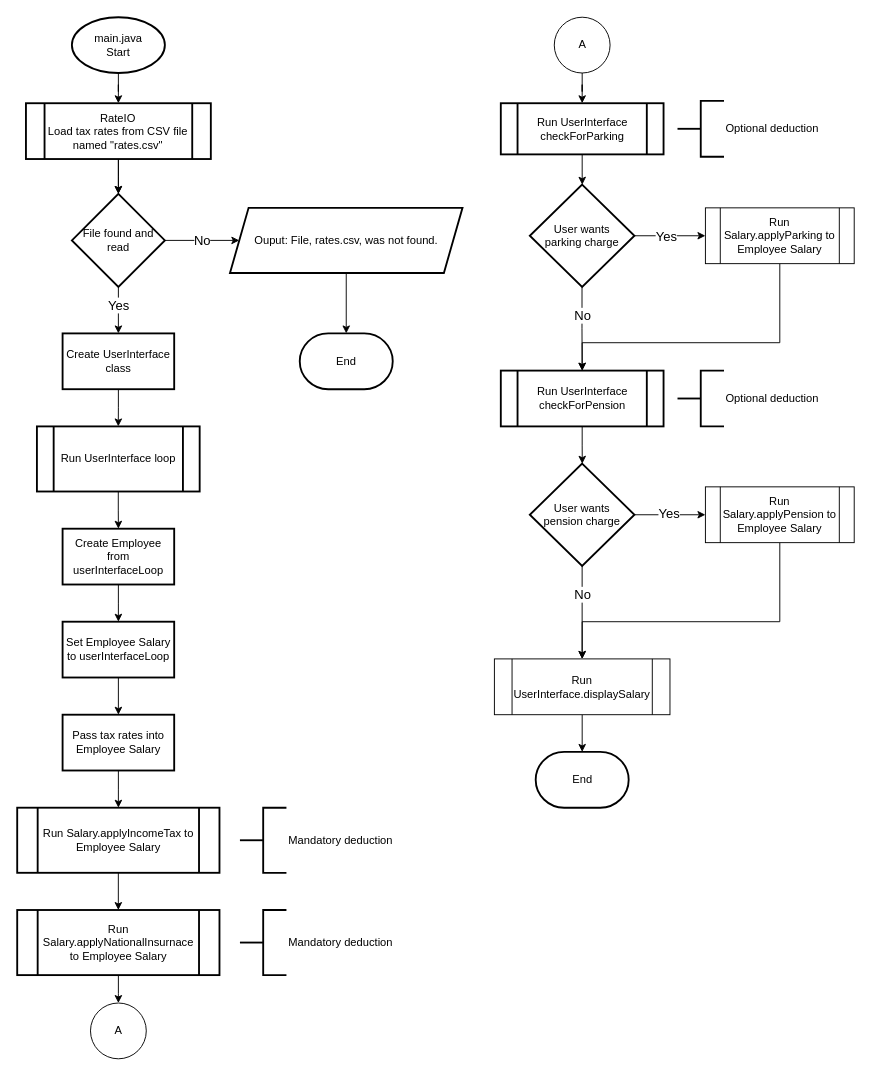
This is report/flowcharts/designs/main-coursework-2.drawio from Sherman5A/usw-pop-coursework-1-task-2, a draw.io file, before an edit. Source tidied: cells renumbered, new cells numbered last; positions are measured from the earlier drawing's top-left corner, leaving out a move shared by most shapes. Both pictures are drawn from the tidied source at 93%, with x=0, y=0 at pixel (17, 17).
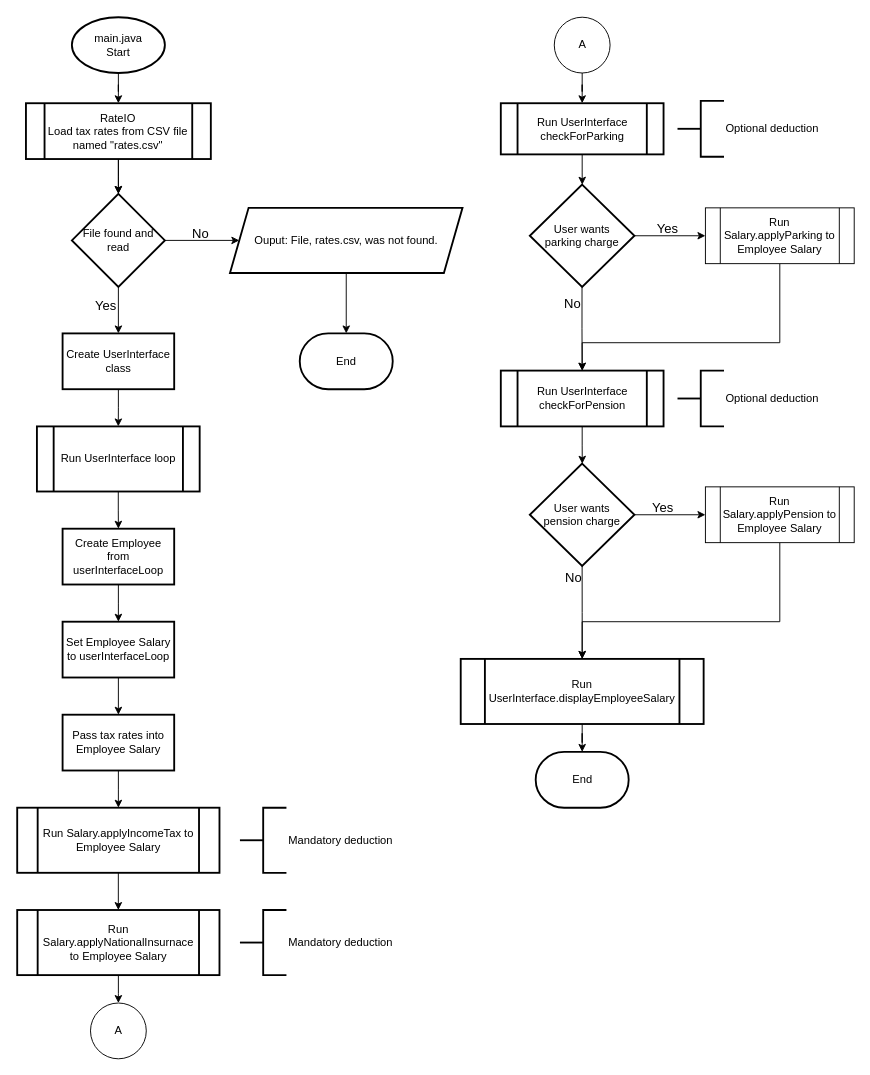
After the change.

Unchanged cells that the change refers to:
```xml
<mxCell id="4" style="edgeStyle=orthogonalEdgeStyle;rounded=0;jettySize=auto;html=1;" parent="1" edge="1" source="8" target="10">
  <mxGeometry relative="1" as="geometry" />
</mxCell>
<mxCell id="6" style="edgeStyle=orthogonalEdgeStyle;rounded=0;jettySize=auto;html=1;" parent="1" edge="1" source="8" target="13">
  <mxGeometry relative="1" as="geometry" />
</mxCell>
<mxCell id="29" style="edgeStyle=orthogonalEdgeStyle;rounded=0;jettySize=auto;html=1;exitX=0.499;exitY=1.003;exitDx=0;exitDy=0;exitPerimeter=0;" parent="1" edge="1" source="52" target="25">
  <mxGeometry relative="1" as="geometry" />
</mxCell>
<mxCell id="31" style="edgeStyle=orthogonalEdgeStyle;rounded=0;jettySize=auto;html=1;exitX=1;exitY=0.5;exitDx=0;exitDy=0;exitPerimeter=0;" parent="1" edge="1" source="52" target="34">
  <mxGeometry relative="1" as="geometry" />
</mxCell>
<mxCell id="46" value="Run Salary.applyPension to Employee Salary" style="shape=process;whiteSpace=wrap;html=1;backgroundOutline=1;" parent="1" vertex="1">
  <mxGeometry x="740" y="505" width="160" height="60" as="geometry" />
</mxCell>
<mxCell id="49" value="End" style="strokeWidth=2;html=1;shape=mxgraph.flowchart.terminator;whiteSpace=wrap;" parent="1" vertex="1">
  <mxGeometry x="557.5" y="790" width="100" height="60" as="geometry" />
</mxCell>
<mxCell id="53" value="User wants&lt;br&gt;&lt;div&gt;pension charge&lt;/div&gt;" style="strokeWidth=2;html=1;shape=mxgraph.flowchart.decision;whiteSpace=wrap;" parent="1" vertex="1">
  <mxGeometry x="551.2" y="480" width="112.5" height="110" as="geometry" />
</mxCell>
```

Diff of the diagram source:
```diff
@@
-    <mxCell id="5" value="&lt;div style=&quot;font-size: 12px;&quot;&gt;&lt;font style=&quot;font-size: 14px;&quot;&gt;No&lt;/font&gt;&lt;/div&gt;" style="edgeLabel;html=1;align=center;verticalAlign=middle;" parent="4" vertex="1">
-      <mxGeometry x="-0.01" y="1" relative="1" as="geometry" />
+    <mxCell id="5" value="&lt;div style=&quot;font-size: 14px;&quot;&gt;&lt;font style=&quot;font-size: 14px;&quot;&gt;No&lt;/font&gt;&lt;/div&gt;" style="edgeLabel;html=1;align=center;verticalAlign=middle;labelBackgroundColor=none;fontSize=14;" parent="4" vertex="1">
+      <mxGeometry x="-0.01" y="1" relative="1" as="geometry">
+        <mxPoint x="-2" y="-7" as="offset" />
+      </mxGeometry>
     </mxCell>
@@
-    <mxCell id="7" value="&lt;font style=&quot;font-size: 14px;&quot;&gt;Yes&lt;/font&gt;" style="edgeLabel;html=1;align=center;verticalAlign=middle;" parent="6" vertex="1">
+    <mxCell id="7" value="&lt;font style=&quot;font-size: 14px;&quot;&gt;Yes&lt;/font&gt;" style="edgeLabel;html=1;align=center;verticalAlign=middle;labelBackgroundColor=none;fontSize=14;" parent="6" vertex="1">
       <mxGeometry x="-0.26" y="-2" relative="1" as="geometry">
-        <mxPoint x="2" as="offset" />
+        <mxPoint x="-12" as="offset" />
       </mxGeometry>
     </mxCell>
@@
-    <mxCell id="30" value="&lt;font style=&quot;font-size: 14px;&quot;&gt;No&lt;/font&gt;" style="edgeLabel;html=1;align=center;verticalAlign=middle;" parent="29" vertex="1">
+    <mxCell id="30" value="&lt;font style=&quot;font-size: 14px;&quot;&gt;No&lt;/font&gt;" style="edgeLabel;html=1;align=center;verticalAlign=middle;labelBackgroundColor=none;" parent="29" vertex="1">
       <mxGeometry x="-0.34" y="-2" relative="1" as="geometry">
-        <mxPoint x="2" as="offset" />
+        <mxPoint x="-9" y="-13" as="offset" />
       </mxGeometry>
     </mxCell>
@@
-    <mxCell id="32" value="&lt;font style=&quot;font-size: 14px;&quot;&gt;Yes&lt;/font&gt;" style="edgeLabel;html=1;align=center;verticalAlign=middle;" parent="31" vertex="1">
+    <mxCell id="32" value="&lt;font style=&quot;font-size: 14px;&quot;&gt;Yes&lt;/font&gt;" style="edgeLabel;html=1;align=center;verticalAlign=middle;labelBackgroundColor=none;" parent="31" vertex="1">
       <mxGeometry x="-0.12" y="-1" relative="1" as="geometry">
-        <mxPoint y="-1" as="offset" />
+        <mxPoint x="1" y="-10" as="offset" />
       </mxGeometry>
     </mxCell>
@@
-    <mxCell id="44" style="edgeStyle=orthogonalEdgeStyle;rounded=0;jettySize=auto;html=1;exitX=0.5;exitY=1;exitDx=0;exitDy=0;exitPerimeter=0;" parent="1" edge="1" source="53" target="48">
-      <mxGeometry relative="1" as="geometry" />
+    <mxCell id="44" style="edgeStyle=orthogonalEdgeStyle;rounded=0;jettySize=auto;html=1;exitX=0.5;exitY=1;exitDx=0;exitDy=0;exitPerimeter=0;" parent="1" edge="1" source="53">
+      <mxGeometry relative="1" as="geometry">
+        <mxPoint x="607.5" y="690" as="targetPoint" />
+      </mxGeometry>
     </mxCell>
-    <mxCell id="45" style="edgeStyle=orthogonalEdgeStyle;rounded=0;jettySize=auto;html=1;entryX=0.5;entryY=0;entryDx=0;entryDy=0;" parent="1" edge="1" source="46" target="48">
+    <mxCell id="45" style="edgeStyle=orthogonalEdgeStyle;rounded=0;jettySize=auto;html=1;entryX=0.5;entryY=0;entryDx=0;entryDy=0;" parent="1" edge="1" source="46">
       <mxGeometry relative="1" as="geometry">
+        <mxPoint x="607.5" y="690" as="targetPoint" />
         <Array as="points">
           <mxPoint x="820" y="650" />
           <mxPoint x="608" y="650" />
         </Array>
       </mxGeometry>
     </mxCell>
@@
-    <mxCell id="47" style="edgeStyle=orthogonalEdgeStyle;rounded=0;jettySize=auto;html=1;" parent="1" edge="1" source="48" target="49">
-      <mxGeometry relative="1" as="geometry" />
-    </mxCell>
-    <mxCell id="48" value="Run UserInterface.displaySalary" style="shape=process;whiteSpace=wrap;html=1;backgroundOutline=1;" parent="1" vertex="1">
-      <mxGeometry x="513.1" y="690" width="188.8" height="60" as="geometry" />
-    </mxCell>
@@
-    <mxCell id="50" value="&lt;font style=&quot;font-size: 14px;&quot;&gt;Yes&lt;/font&gt;" style="edgeLabel;html=1;align=center;verticalAlign=middle;" parent="1" vertex="1">
-      <mxGeometry x="690" y="535" as="geometry">
+    <mxCell id="50" value="&lt;font style=&quot;font-size: 14px;&quot;&gt;Yes&lt;/font&gt;" style="edgeLabel;html=1;align=center;verticalAlign=middle;labelBackgroundColor=none;" parent="1" vertex="1">
+      <mxGeometry x="683" y="528" as="geometry">
         <mxPoint x="10" y="-2" as="offset" />
       </mxGeometry>
     </mxCell>
-    <mxCell id="51" value="&lt;font style=&quot;font-size: 14px;&quot;&gt;No&lt;/font&gt;" style="edgeLabel;html=1;align=center;verticalAlign=middle;" parent="1" vertex="1">
-      <mxGeometry x="607.5" y="620" as="geometry" />
+    <mxCell id="51" value="&lt;font style=&quot;font-size: 14px;&quot;&gt;No&lt;/font&gt;" style="edgeLabel;html=1;align=center;verticalAlign=middle;labelBackgroundColor=none;" parent="1" vertex="1">
+      <mxGeometry x="597" y="602" as="geometry" />
     </mxCell>
@@
+    <mxCell id="57" style="edgeStyle=orthogonalEdgeStyle;rounded=0;jettySize=auto;html=1;" parent="1" edge="1" source="58" target="49">
+      <mxGeometry relative="1" as="geometry" />
+    </mxCell>
+    <mxCell id="58" value="Run UserInterface.displayEmployeeSalary" style="shape=process;whiteSpace=wrap;html=1;backgroundOutline=1;strokeWidth=2;" parent="1" vertex="1">
+      <mxGeometry x="476.9" y="690" width="261.2" height="70" as="geometry" />
+    </mxCell>
```
